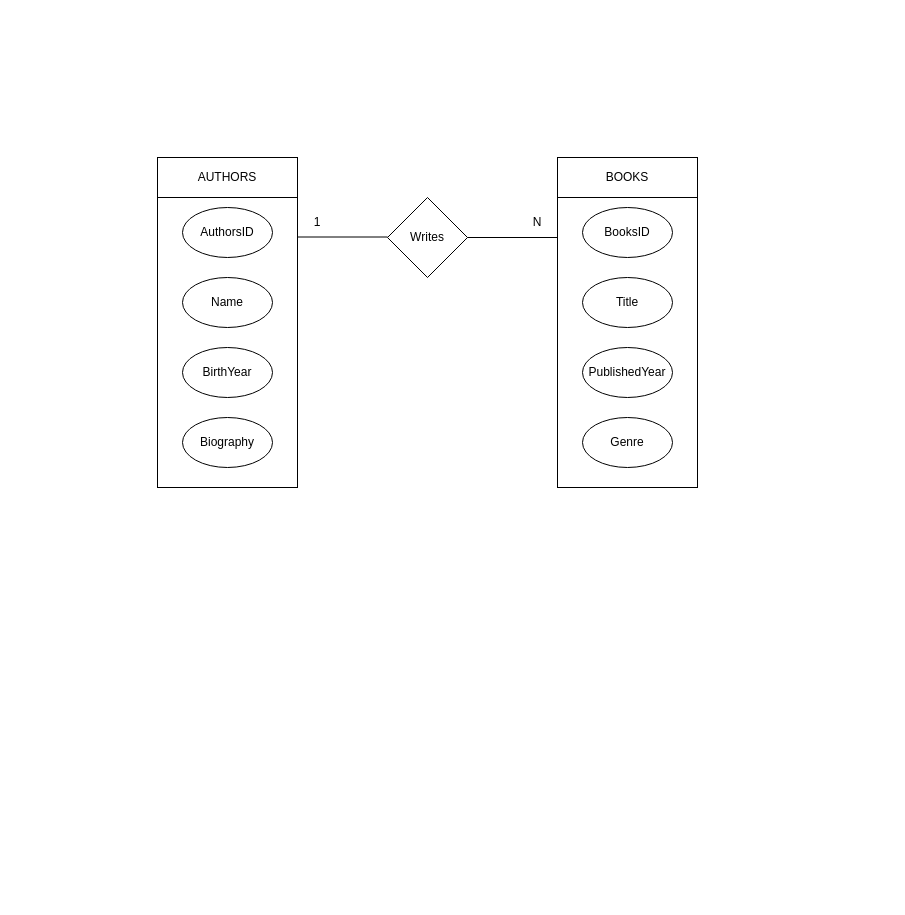
This is baitap1_IT202.drawio from NguyenMinhThuc-IT/IT202-CSDL-SS01-BT01, a draw.io file, before an edit. Source tidied: cells renumbered, new cells numbered last; positions are measured from the earlier drawing's top-left corner, leaving out a move shared by most shapes. Both pictures are drawn from the tidied source at 100%, with x=0, y=0 at pixel (157, 157).
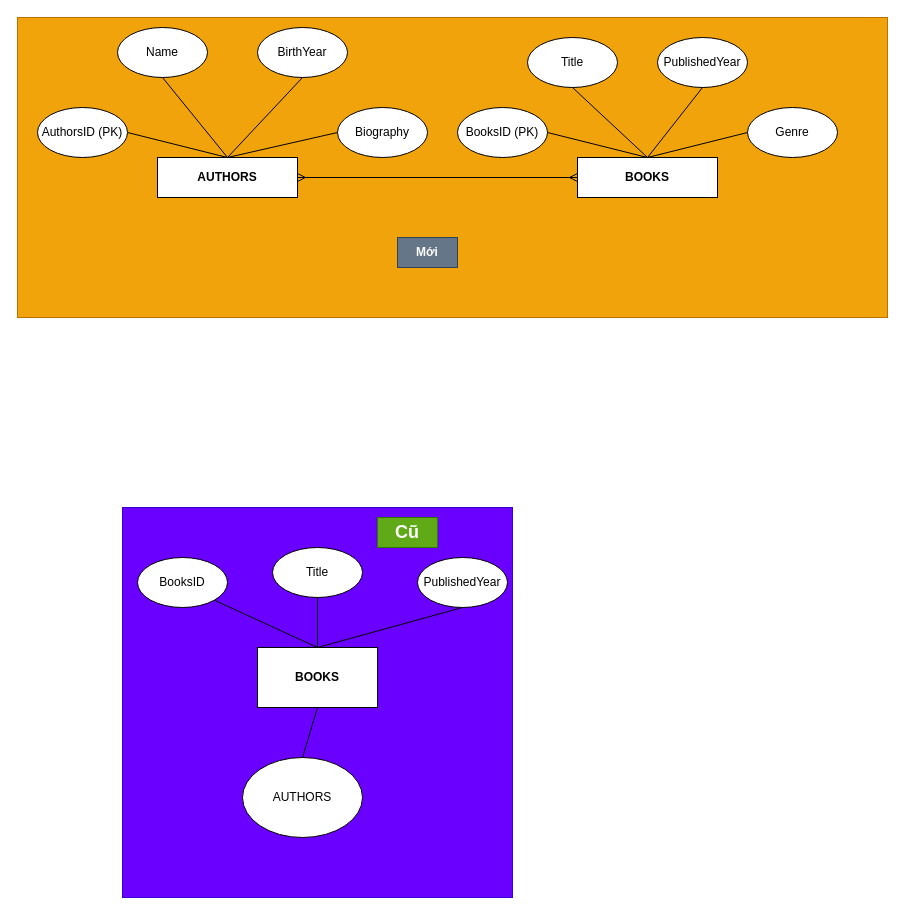
The same diagram, later.

Diff of the diagram source:
```diff
@@
+    <mxCell id="20" style="rounded=0;whiteSpace=wrap;html=1;fillColor=#f0a30a;fontColor=#000000;strokeColor=#BD7000;" parent="1" vertex="1">
+      <mxGeometry x="-140" y="-140" width="870" height="300" as="geometry" />
+    </mxCell>
+    <mxCell id="21" style="whiteSpace=wrap;html=1;fillColor=#6a00ff;fontColor=#ffffff;strokeColor=#3700CC;" parent="1" vertex="1">
+      <mxGeometry x="-35" y="350" width="390" height="390" as="geometry" />
+    </mxCell>
@@
-    <mxCell id="3" style="rounded=0;whiteSpace=wrap;html=1;" parent="1" vertex="1">
-      <mxGeometry x="400" width="140" height="330" as="geometry" />
-    </mxCell>
-    <mxCell id="4" value="BOOKS" style="rounded=0;whiteSpace=wrap;html=1;" parent="1" vertex="1">
-      <mxGeometry x="400" width="140" height="40" as="geometry" />
+    <mxCell id="4" value="BOOKS" style="rounded=0;whiteSpace=wrap;html=1;fontStyle=1;" parent="1" vertex="1">
+      <mxGeometry x="420" width="140" height="40" as="geometry" />
     </mxCell>
-    <mxCell id="5" style="rounded=0;whiteSpace=wrap;html=1;" parent="1" vertex="1">
-      <mxGeometry width="140" height="330" as="geometry" />
-    </mxCell>
+    <mxCell id="22" style="rounded=0;jettySize=auto;html=1;entryX=0;entryY=0.5;entryDx=0;entryDy=0;endArrow=ERmany;endFill=0;" parent="1" edge="1" source="6" target="4">
+      <mxGeometry relative="1" as="geometry" />
+    </mxCell>
-    <mxCell id="6" value="AUTHORS" style="rounded=0;whiteSpace=wrap;html=1;labelBackgroundColor=none;" parent="1" vertex="1">
+    <mxCell id="6" value="AUTHORS" style="rounded=0;whiteSpace=wrap;html=1;labelBackgroundColor=none;fontStyle=1;" parent="1" vertex="1">
       <mxGeometry width="140" height="40" as="geometry" />
     </mxCell>
+    <mxCell id="23" style="rounded=0;jettySize=auto;html=1;exitX=0.5;exitY=1;exitDx=0;exitDy=0;entryX=0.5;entryY=0;entryDx=0;entryDy=0;endArrow=none;endFill=0;" parent="1" edge="1" source="7" target="6">
+      <mxGeometry relative="1" as="geometry" />
+    </mxCell>
     <mxCell id="7" value="Name" style="ellipse;whiteSpace=wrap;html=1;" parent="1" vertex="1">
-      <mxGeometry x="25" y="120" width="90" height="50" as="geometry" />
+      <mxGeometry x="-40" y="-130" width="90" height="50" as="geometry" />
     </mxCell>
+    <mxCell id="24" style="rounded=0;jettySize=auto;html=1;exitX=1;exitY=0.5;exitDx=0;exitDy=0;entryX=0.5;entryY=0;entryDx=0;entryDy=0;endArrow=none;endFill=0;" parent="1" edge="1" source="8" target="6">
+      <mxGeometry relative="1" as="geometry" />
+    </mxCell>
-    <mxCell id="8" value="AuthorsID" style="ellipse;whiteSpace=wrap;html=1;" parent="1" vertex="1">
-      <mxGeometry x="25" y="50" width="90" height="50" as="geometry" />
+    <mxCell id="8" value="AuthorsID (PK)" style="ellipse;whiteSpace=wrap;html=1;" parent="1" vertex="1">
+      <mxGeometry x="-120" y="-50" width="90" height="50" as="geometry" />
     </mxCell>
+    <mxCell id="25" style="rounded=0;jettySize=auto;html=1;exitX=0;exitY=0.5;exitDx=0;exitDy=0;endArrow=none;endFill=0;" parent="1" edge="1" source="9">
+      <mxGeometry relative="1" as="geometry">
+        <mxPoint x="70" as="targetPoint" />
+      </mxGeometry>
+    </mxCell>
     <mxCell id="9" value="Biography" style="ellipse;whiteSpace=wrap;html=1;" parent="1" vertex="1">
-      <mxGeometry x="25" y="260" width="90" height="50" as="geometry" />
+      <mxGeometry x="180" y="-50" width="90" height="50" as="geometry" />
     </mxCell>
+    <mxCell id="26" style="rounded=0;jettySize=auto;html=1;exitX=0.5;exitY=1;exitDx=0;exitDy=0;entryX=0.5;entryY=0;entryDx=0;entryDy=0;endArrow=none;endFill=0;" parent="1" edge="1" source="10" target="6">
+      <mxGeometry relative="1" as="geometry" />
+    </mxCell>
     <mxCell id="10" value="BirthYear" style="ellipse;whiteSpace=wrap;html=1;" parent="1" vertex="1">
-      <mxGeometry x="25" y="190" width="90" height="50" as="geometry" />
+      <mxGeometry x="100" y="-130" width="90" height="50" as="geometry" />
     </mxCell>
+    <mxCell id="27" style="rounded=0;jettySize=auto;html=1;exitX=1;exitY=0.5;exitDx=0;exitDy=0;entryX=0.5;entryY=0;entryDx=0;entryDy=0;endArrow=none;endFill=0;" parent="1" edge="1" source="11" target="4">
+      <mxGeometry relative="1" as="geometry" />
+    </mxCell>
-    <mxCell id="11" value="BooksID" style="ellipse;whiteSpace=wrap;html=1;" parent="1" vertex="1">
-      <mxGeometry x="425" y="50" width="90" height="50" as="geometry" />
+    <mxCell id="11" value="BooksID (PK)" style="ellipse;whiteSpace=wrap;html=1;" parent="1" vertex="1">
+      <mxGeometry x="300" y="-50" width="90" height="50" as="geometry" />
     </mxCell>
+    <mxCell id="28" style="rounded=0;jettySize=auto;html=1;exitX=0.5;exitY=1;exitDx=0;exitDy=0;endArrow=none;endFill=0;" parent="1" edge="1" source="12">
+      <mxGeometry relative="1" as="geometry">
+        <mxPoint x="490" as="targetPoint" />
+      </mxGeometry>
+    </mxCell>
     <mxCell id="12" value="Title" style="ellipse;whiteSpace=wrap;html=1;" parent="1" vertex="1">
-      <mxGeometry x="425" y="120" width="90" height="50" as="geometry" />
+      <mxGeometry x="370" y="-120" width="90" height="50" as="geometry" />
     </mxCell>
+    <mxCell id="29" style="rounded=0;jettySize=auto;html=1;exitX=0.5;exitY=1;exitDx=0;exitDy=0;endArrow=none;endFill=0;" parent="1" edge="1" source="13">
+      <mxGeometry relative="1" as="geometry">
+        <mxPoint x="490" as="targetPoint" />
+      </mxGeometry>
+    </mxCell>
     <mxCell id="13" value="PublishedYear" style="ellipse;whiteSpace=wrap;html=1;" parent="1" vertex="1">
-      <mxGeometry x="425" y="190" width="90" height="50" as="geometry" />
+      <mxGeometry x="500" y="-120" width="90" height="50" as="geometry" />
     </mxCell>
+    <mxCell id="30" style="rounded=0;jettySize=auto;html=1;exitX=0;exitY=0.5;exitDx=0;exitDy=0;endArrow=none;endFill=0;" parent="1" edge="1" source="14">
+      <mxGeometry relative="1" as="geometry">
+        <mxPoint x="490" as="targetPoint" />
+      </mxGeometry>
+    </mxCell>
     <mxCell id="14" value="Genre" style="ellipse;whiteSpace=wrap;html=1;" parent="1" vertex="1">
-      <mxGeometry x="425" y="260" width="90" height="50" as="geometry" />
+      <mxGeometry x="590" y="-50" width="90" height="50" as="geometry" />
     </mxCell>
-    <mxCell id="15" value="Writes" style="rhombus;whiteSpace=wrap;html=1;" parent="1" vertex="1">
-      <mxGeometry x="230" y="40" width="80" height="80" as="geometry" />
-    </mxCell>
-    <mxCell id="16" style="endArrow=none;html=1;rounded=0;exitX=1;exitY=0.5;exitDx=0;exitDy=0;" parent="1" edge="1" source="15">
-      <mxGeometry relative="1" as="geometry">
-        <mxPoint x="400" y="80" as="targetPoint" />
-        <Array as="points">
-          <mxPoint x="310" y="80" />
-        </Array>
-      </mxGeometry>
-    </mxCell>
-    <mxCell id="17" style="endArrow=none;html=1;rounded=0;exitX=1;exitY=0.5;exitDx=0;exitDy=0;" parent="1" edge="1">
-      <mxGeometry relative="1" as="geometry">
-        <mxPoint x="140" y="79.5" as="sourcePoint" />
-        <mxPoint x="230" y="79.5" as="targetPoint" />
-        <Array as="points">
-          <mxPoint x="140" y="79.5" />
-        </Array>
-      </mxGeometry>
-    </mxCell>
-    <mxCell id="18" value="1" style="text;html=1;whiteSpace=wrap;strokeColor=none;fillColor=none;align=center;verticalAlign=middle;rounded=0;" parent="1" vertex="1">
-      <mxGeometry x="130" y="50" width="60" height="30" as="geometry" />
-    </mxCell>
-    <mxCell id="19" value="N" style="text;html=1;whiteSpace=wrap;strokeColor=none;fillColor=none;align=center;verticalAlign=middle;rounded=0;" parent="1" vertex="1">
-      <mxGeometry x="350" y="50" width="60" height="30" as="geometry" />
-    </mxCell>
+    <mxCell id="31" value="AUTHORS" style="ellipse;whiteSpace=wrap;html=1;" parent="1" vertex="1">
+      <mxGeometry x="85" y="600" width="120" height="80" as="geometry" />
+    </mxCell>
+    <mxCell id="32" style="rounded=0;jettySize=auto;html=1;exitX=0.5;exitY=1;exitDx=0;exitDy=0;entryX=0.5;entryY=0;entryDx=0;entryDy=0;endArrow=none;endFill=0;" parent="1" edge="1" source="33" target="31">
+      <mxGeometry relative="1" as="geometry" />
+    </mxCell>
+    <mxCell id="33" value="BOOKS" style="rounded=0;whiteSpace=wrap;html=1;fontStyle=1;" parent="1" vertex="1">
+      <mxGeometry x="100" y="490" width="120" height="60" as="geometry" />
+    </mxCell>
+    <mxCell id="34" style="rounded=0;jettySize=auto;html=1;exitX=1;exitY=1;exitDx=0;exitDy=0;endArrow=none;endFill=0;entryX=0.5;entryY=0;entryDx=0;entryDy=0;" parent="1" edge="1" source="35" target="33">
+      <mxGeometry relative="1" as="geometry" />
+    </mxCell>
+    <mxCell id="35" value="BooksID" style="ellipse;whiteSpace=wrap;html=1;" parent="1" vertex="1">
+      <mxGeometry x="-20" y="400" width="90" height="50" as="geometry" />
+    </mxCell>
+    <mxCell id="36" style="rounded=0;jettySize=auto;html=1;exitX=0.5;exitY=1;exitDx=0;exitDy=0;entryX=0.5;entryY=0;entryDx=0;entryDy=0;endArrow=none;endFill=0;" parent="1" edge="1" source="37" target="33">
+      <mxGeometry relative="1" as="geometry" />
+    </mxCell>
+    <mxCell id="37" value="Title" style="ellipse;whiteSpace=wrap;html=1;" parent="1" vertex="1">
+      <mxGeometry x="115" y="390" width="90" height="50" as="geometry" />
+    </mxCell>
+    <mxCell id="38" style="rounded=0;jettySize=auto;html=1;exitX=0.5;exitY=1;exitDx=0;exitDy=0;entryX=0.5;entryY=0;entryDx=0;entryDy=0;endArrow=none;endFill=0;" parent="1" edge="1" source="39" target="33">
+      <mxGeometry relative="1" as="geometry" />
+    </mxCell>
+    <mxCell id="39" value="PublishedYear" style="ellipse;whiteSpace=wrap;html=1;" parent="1" vertex="1">
+      <mxGeometry x="260" y="400" width="90" height="50" as="geometry" />
+    </mxCell>
+    <mxCell id="40" value="&lt;h2&gt;Cũ&lt;/h2&gt;" style="text;html=1;whiteSpace=wrap;strokeColor=#2D7600;fillColor=#60a917;align=center;verticalAlign=middle;rounded=0;fontColor=#ffffff;" parent="1" vertex="1">
+      <mxGeometry x="220" y="360" width="60" height="30" as="geometry" />
+    </mxCell>
+    <mxCell id="41" style="endArrow=ERmany;html=1;rounded=0;endFill=0;exitX=0;exitY=0.5;exitDx=0;exitDy=0;" parent="1" edge="1" source="4">
+      <mxGeometry relative="1" as="geometry">
+        <mxPoint x="140" y="20" as="targetPoint" />
+      </mxGeometry>
+    </mxCell>
+    <mxCell id="42" value="Mới" style="text;html=1;whiteSpace=wrap;strokeColor=#314354;fillColor=#647687;align=center;verticalAlign=middle;rounded=0;fontColor=#ffffff;fontStyle=1;" parent="1" vertex="1">
+      <mxGeometry x="240" y="80" width="60" height="30" as="geometry" />
+    </mxCell>
```
